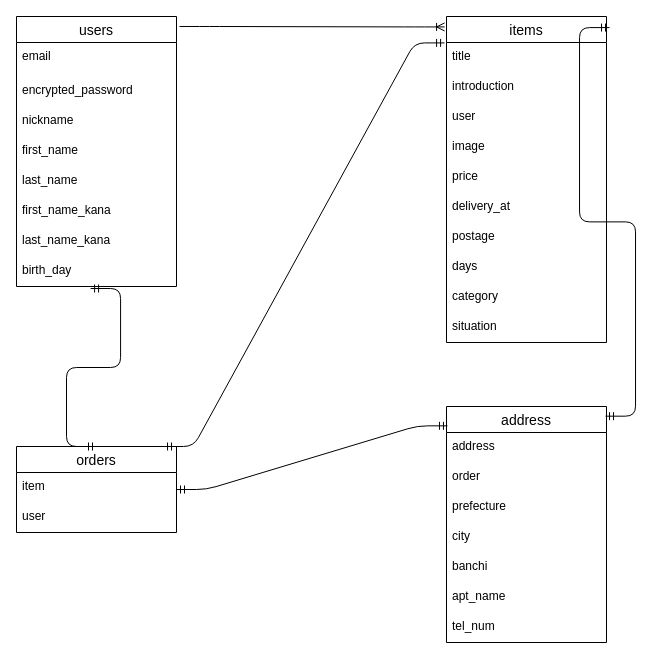
The draw.io diagram ER図.dio in 0zone-k/furima-41745, before the edit. Source tidied: cells renumbered, new cells numbered last; positions are measured from the earlier drawing's top-left corner, leaving out a move shared by most shapes. Both pictures are drawn from the tidied source at 100%, with x=0, y=0 at pixel (16, 16).
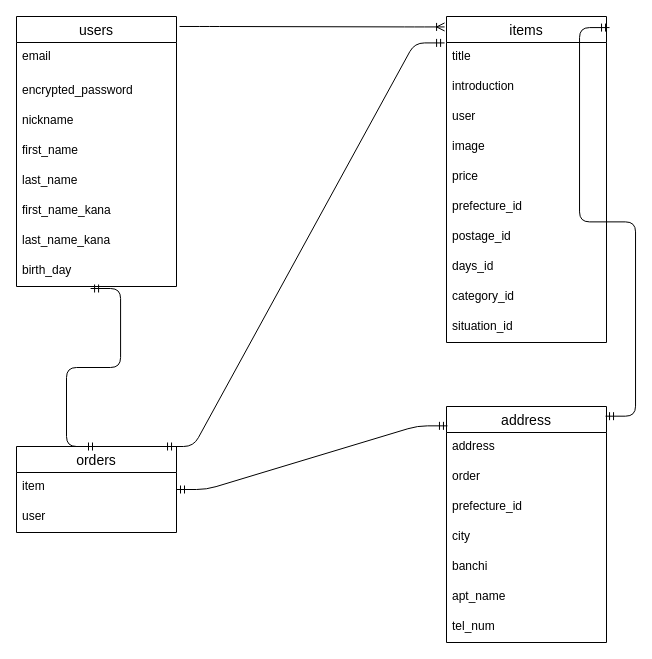
The same diagram, later.

Commit message (it also covers changes not shown here):
データベース設計

Unchanged cells that the change refers to:
```xml
<mxCell id="11" value="address" style="swimlane;fontStyle=0;horizontal=1;startSize=26;align=center;fontSize=14;" parent="1" vertex="1">
  <mxGeometry x="430" y="390" width="160" height="236" as="geometry" />
</mxCell>
<mxCell id="22" value="items" style="swimlane;fontStyle=0;horizontal=1;startSize=26;align=center;fontSize=14;" parent="1" vertex="1">
  <mxGeometry x="430" width="160" height="326" as="geometry" />
</mxCell>
```

Diff of the diagram source:
```diff
@@
-    <mxCell id="14" value="prefecture" style="text;strokeColor=none;fillColor=none;spacingLeft=4;spacingRight=4;overflow=hidden;fontSize=12;" parent="11" vertex="1">
+    <mxCell id="14" value="prefecture_id" style="text;strokeColor=none;fillColor=none;spacingLeft=4;spacingRight=4;overflow=hidden;fontSize=12;" parent="11" vertex="1">
       <mxGeometry y="86" width="160" height="30" as="geometry" />
     </mxCell>
@@
-    <mxCell id="28" value="delivery_at" style="text;strokeColor=none;fillColor=none;spacingLeft=4;spacingRight=4;overflow=hidden;fontSize=12;" parent="22" vertex="1">
+    <mxCell id="28" value="prefecture_id" style="text;strokeColor=none;fillColor=none;spacingLeft=4;spacingRight=4;overflow=hidden;fontSize=12;" parent="22" vertex="1">
       <mxGeometry y="176" width="160" height="30" as="geometry" />
     </mxCell>
-    <mxCell id="29" value="postage" style="text;strokeColor=none;fillColor=none;spacingLeft=4;spacingRight=4;overflow=hidden;fontSize=12;" parent="22" vertex="1">
+    <mxCell id="29" value="postage_id" style="text;strokeColor=none;fillColor=none;spacingLeft=4;spacingRight=4;overflow=hidden;fontSize=12;" parent="22" vertex="1">
       <mxGeometry y="206" width="160" height="30" as="geometry" />
     </mxCell>
-    <mxCell id="30" value="days" style="text;strokeColor=none;fillColor=none;spacingLeft=4;spacingRight=4;overflow=hidden;fontSize=12;" parent="22" vertex="1">
+    <mxCell id="30" value="days_id" style="text;strokeColor=none;fillColor=none;spacingLeft=4;spacingRight=4;overflow=hidden;fontSize=12;" parent="22" vertex="1">
       <mxGeometry y="236" width="160" height="30" as="geometry" />
     </mxCell>
-    <mxCell id="31" value="category" style="text;strokeColor=none;fillColor=none;spacingLeft=4;spacingRight=4;overflow=hidden;fontSize=12;" parent="22" vertex="1">
+    <mxCell id="31" value="category_id" style="text;strokeColor=none;fillColor=none;spacingLeft=4;spacingRight=4;overflow=hidden;fontSize=12;" parent="22" vertex="1">
       <mxGeometry y="266" width="160" height="30" as="geometry" />
     </mxCell>
-    <mxCell id="32" value="situation" style="text;strokeColor=none;fillColor=none;spacingLeft=4;spacingRight=4;overflow=hidden;fontSize=12;" parent="22" vertex="1">
+    <mxCell id="32" value="situation_id" style="text;strokeColor=none;fillColor=none;spacingLeft=4;spacingRight=4;overflow=hidden;fontSize=12;" parent="22" vertex="1">
       <mxGeometry y="296" width="160" height="30" as="geometry" />
     </mxCell>
```
